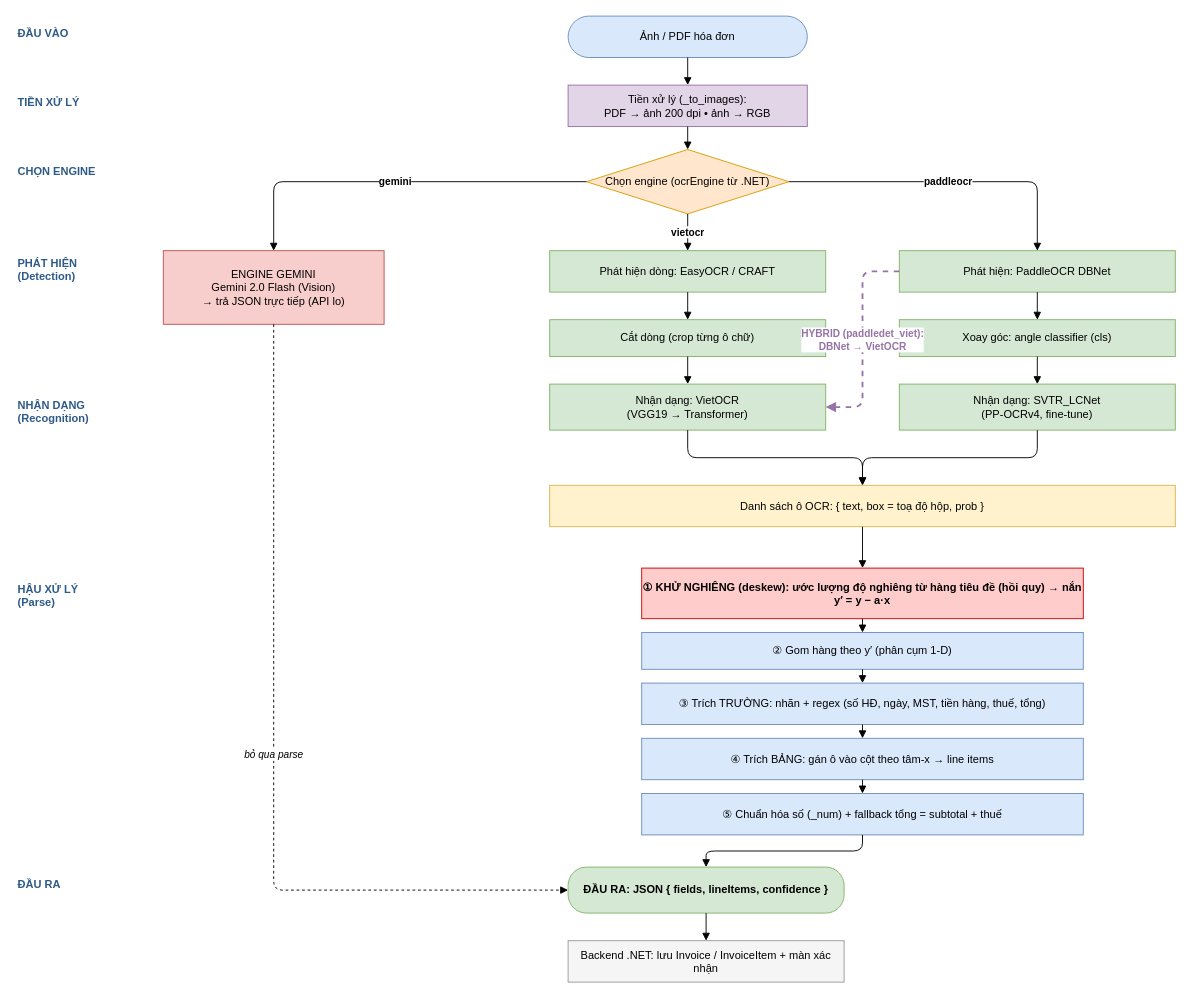
Before: ocr-service/ai_pipeline.drawio in thuongerikdev/TownHub, a draw.io diagram. Source tidied: cells renumbered, new cells numbered last; positions are measured from the earlier drawing's top-left corner, leaving out a move shared by most shapes. Both pictures are drawn from the tidied source at 92%, with x=0, y=0 at pixel (16, 16).
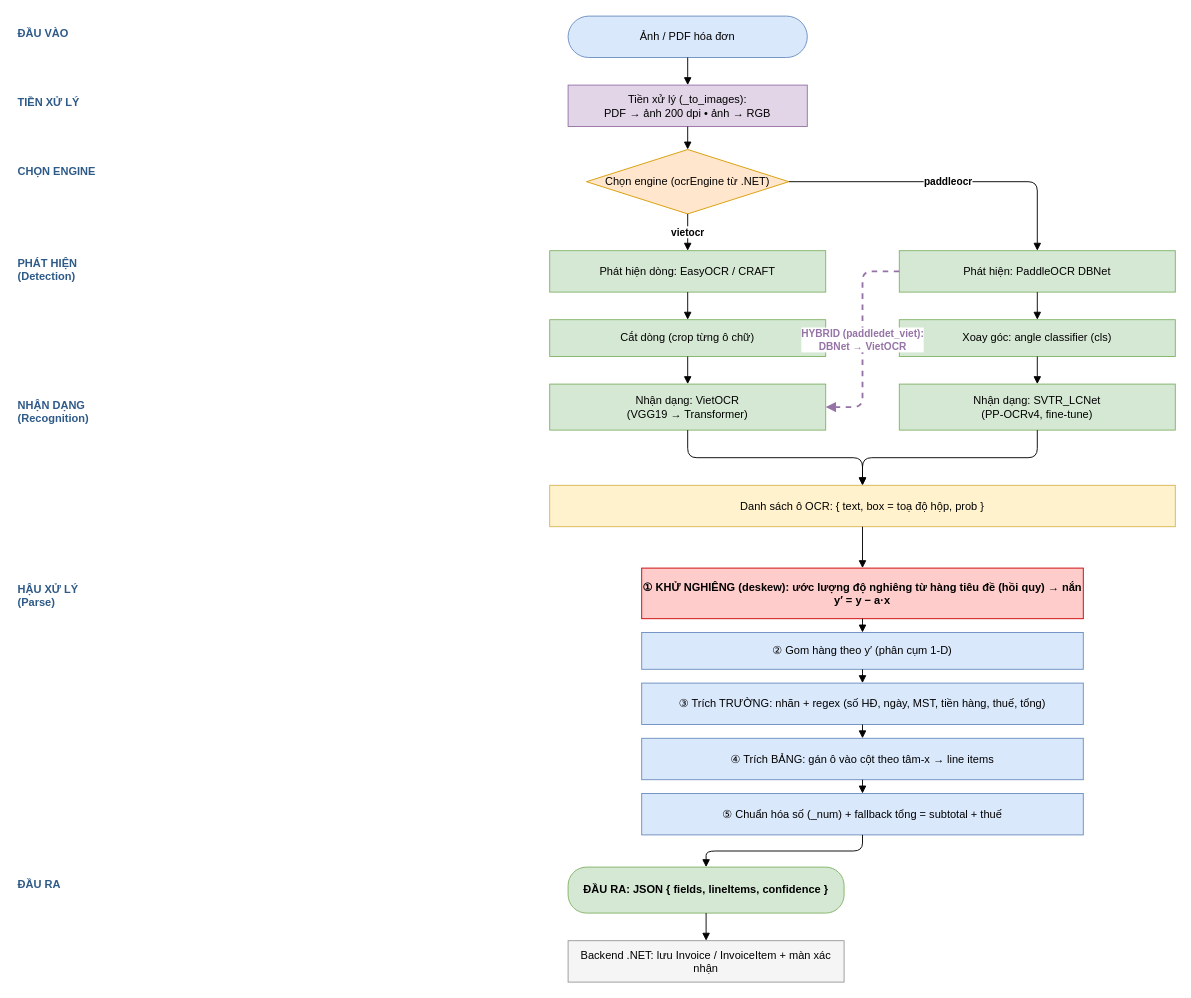
The same page after the edit.

The change refers to these unchanged cells:
```xml
<mxCell id="11" value="Chọn engine (ocrEngine từ .NET)" style="rhombus;whiteSpace=wrap;html=1;fillColor=#ffe6cc;strokeColor=#d79b00;" parent="1" vertex="1">
  <mxGeometry x="620" y="145" width="220" height="70" as="geometry" />
</mxCell>
<mxCell id="25" value="ĐẦU RA: JSON { fields, lineItems, confidence }" style="rounded=1;whiteSpace=wrap;html=1;arcSize=40;fillColor=#d5e8d4;strokeColor=#82b366;fontStyle=1;" parent="1" vertex="1">
  <mxGeometry x="600" y="925" width="300" height="50" as="geometry" />
</mxCell>
```

The edit, as a diff of the source:
```diff
@@
-    <mxCell id="12" value="ENGINE GEMINI&#10;Gemini 2.0 Flash (Vision)&#10;→ trả JSON trực tiếp (API lo)" style="rounded=0;whiteSpace=wrap;html=1;fillColor=#f8cecc;strokeColor=#b85450;" parent="1" vertex="1">
-      <mxGeometry x="160" y="255" width="240" height="80" as="geometry" />
-    </mxCell>
@@
-    <mxCell id="29" value="gemini" style="edgeStyle=orthogonalEdgeStyle;html=1;endArrow=block;fontStyle=1;" parent="1" edge="1" source="11" target="12">
-      <mxGeometry relative="1" as="geometry" />
-    </mxCell>
@@
-    <mxCell id="44" value="bỏ qua parse" style="edgeStyle=orthogonalEdgeStyle;html=1;endArrow=block;dashed=1;fontStyle=2;exitX=0.5;exitY=1;entryX=0;entryY=0.5;" parent="1" edge="1" source="12" target="25">
-      <mxGeometry relative="1" as="geometry" />
-    </mxCell>
```
